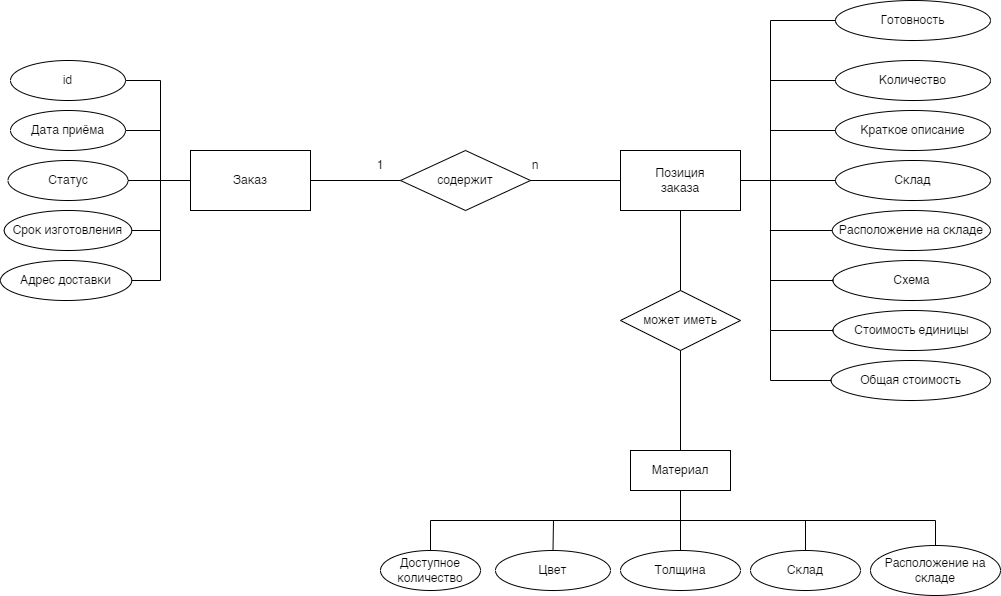
Earlier version of the draw.io export img/er.png (Jaycobe/bmstu-ppo). Source tidied: cells renumbered, new cells last; positions are measured from the earlier drawing's top-left corner, leaving out a move shared by most shapes.
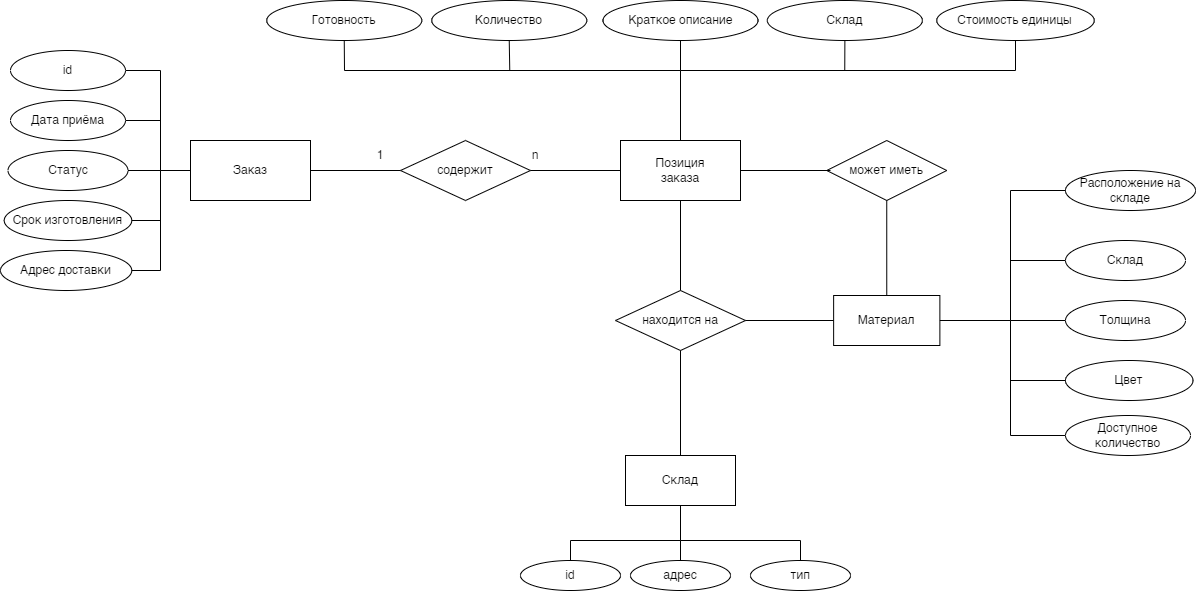
Above is the later version.

Change to the diagram source:
```diff
@@ -9,31 +9,28 @@
       <mxGeometry x="620" y="150" width="120" height="60" as="geometry" />
     </mxCell>
     <mxCell id="4" value="Цвет" style="ellipse;whiteSpace=wrap;html=1;" parent="1" vertex="1">
-      <mxGeometry x="495" y="550" width="115" height="40" as="geometry" />
+      <mxGeometry x="1065" y="370" width="127.5" height="40" as="geometry" />
     </mxCell>
     <mxCell id="5" value="Толщина" style="ellipse;whiteSpace=wrap;html=1;" parent="1" vertex="1">
-      <mxGeometry x="620" y="550" width="120" height="40" as="geometry" />
+      <mxGeometry x="1065" y="310" width="120" height="40" as="geometry" />
     </mxCell>
-    <mxCell id="6" value="Схема" style="ellipse;whiteSpace=wrap;html=1;" parent="1" vertex="1">
-      <mxGeometry x="832.5" y="260" width="157.5" height="40" as="geometry" />
-    </mxCell>
     <mxCell id="7" value="содержит" style="rhombus;whiteSpace=wrap;html=1;" parent="1" vertex="1">
       <mxGeometry x="400" y="150" width="130" height="60" as="geometry" />
     </mxCell>
     <mxCell id="8" value="Склад" style="ellipse;whiteSpace=wrap;html=1;align=center;" parent="1" vertex="1">
-      <mxGeometry x="835" y="160" width="155" height="40" as="geometry" />
+      <mxGeometry x="766.9" y="10" width="155" height="40" as="geometry" />
     </mxCell>
     <mxCell id="9" value="Краткое описание" style="ellipse;whiteSpace=wrap;html=1;" parent="1" vertex="1">
-      <mxGeometry x="835" y="110" width="155" height="40" as="geometry" />
+      <mxGeometry x="602.5" y="10" width="155" height="40" as="geometry" />
     </mxCell>
     <mxCell id="10" value="Готовность" style="ellipse;whiteSpace=wrap;html=1;align=center;" parent="1" vertex="1">
-      <mxGeometry x="835" width="155" height="40" as="geometry" />
+      <mxGeometry x="266.2" y="10" width="155" height="40" as="geometry" />
     </mxCell>
     <mxCell id="11" value="Количество" style="ellipse;whiteSpace=wrap;html=1;align=center;" parent="1" vertex="1">
-      <mxGeometry x="835" y="60" width="155" height="40" as="geometry" />
+      <mxGeometry x="431.2" y="10" width="155" height="40" as="geometry" />
     </mxCell>
     <mxCell id="12" value="Материал" style="whiteSpace=wrap;html=1;align=center;" parent="1" vertex="1">
-      <mxGeometry x="630" y="450" width="100" height="40" as="geometry" />
+      <mxGeometry x="833.1" y="305" width="106.2" height="50" as="geometry" />
     </mxCell>
     <mxCell id="13" value="Cтатус" style="ellipse;whiteSpace=wrap;html=1;align=center;" parent="1" vertex="1">
       <mxGeometry x="7.5" y="160" width="120" height="40" as="geometry" />
@@ -45,25 +42,27 @@
       <mxGeometry x="3.8" y="210" width="127.5" height="40" as="geometry" />
     </mxCell>
     <mxCell id="16" value="Стоимость единицы" style="ellipse;whiteSpace=wrap;html=1;align=center;" parent="1" vertex="1">
-      <mxGeometry x="832.5" y="310" width="157.5" height="40" as="geometry" />
+      <mxGeometry x="936.2" y="10" width="157.5" height="40" as="geometry" />
     </mxCell>
     <mxCell id="17" value="Склад" style="ellipse;whiteSpace=wrap;html=1;align=center;" parent="1" vertex="1">
-      <mxGeometry x="750" y="550" width="110" height="40" as="geometry" />
+      <mxGeometry x="1065" y="250" width="120" height="40" as="geometry" />
     </mxCell>
     <mxCell id="18" value="Доступное количество" style="ellipse;whiteSpace=wrap;html=1;align=center;" parent="1" vertex="1">
-      <mxGeometry x="380" y="550" width="100" height="40" as="geometry" />
+      <mxGeometry x="1065" y="425" width="125" height="40" as="geometry" />
     </mxCell>
     <mxCell id="19" value="Адрес доставки" style="ellipse;whiteSpace=wrap;html=1;align=center;" parent="1" vertex="1">
       <mxGeometry y="260" width="131.2" height="40" as="geometry" />
     </mxCell>
     <mxCell id="20" value="может иметь" style="shape=rhombus;perimeter=rhombusPerimeter;whiteSpace=wrap;html=1;align=center;" parent="1" vertex="1">
-      <mxGeometry x="620" y="290" width="120" height="60" as="geometry" />
+      <mxGeometry x="826.2" y="150" width="120" height="60" as="geometry" />
     </mxCell>
     <mxCell id="21" style="endArrow=none;html=1;rounded=0;entryX=0.5;entryY=1;entryDx=0;entryDy=0;exitX=0.5;exitY=0;exitDx=0;exitDy=0;" parent="1" edge="1" source="12" target="20">
       <mxGeometry relative="1" as="geometry" />
     </mxCell>
-    <mxCell id="22" style="endArrow=none;html=1;rounded=0;entryX=0.5;entryY=1;entryDx=0;entryDy=0;exitX=0.5;exitY=0;exitDx=0;exitDy=0;" parent="1" edge="1" source="20" target="3">
-      <mxGeometry relative="1" as="geometry" />
+    <mxCell id="22" style="endArrow=none;html=1;rounded=0;entryX=1;entryY=0.5;entryDx=0;entryDy=0;" parent="1" edge="1" target="3">
+      <mxGeometry relative="1" as="geometry">
+        <mxPoint x="830" y="180" as="sourcePoint" />
+      </mxGeometry>
     </mxCell>
     <mxCell id="23" style="endArrow=none;html=1;rounded=0;exitX=1;exitY=0.5;exitDx=0;exitDy=0;entryX=0;entryY=0.5;entryDx=0;entryDy=0;" parent="1" edge="1" source="7" target="3">
       <mxGeometry relative="1" as="geometry" />
@@ -80,11 +79,8 @@
     <mxCell id="27" value="id" style="ellipse;whiteSpace=wrap;html=1;align=center;" parent="1" vertex="1">
       <mxGeometry x="10" y="60" width="115" height="40" as="geometry" />
     </mxCell>
-    <mxCell id="28" value="Общая стоимость" style="ellipse;whiteSpace=wrap;html=1;align=center;" parent="1" vertex="1">
-      <mxGeometry x="830.6" y="360" width="159.4" height="40" as="geometry" />
-    </mxCell>
     <mxCell id="29" value="Расположение на складе" style="ellipse;whiteSpace=wrap;html=1;" parent="1" vertex="1">
-      <mxGeometry x="870" y="545" width="130" height="50" as="geometry" />
+      <mxGeometry x="1065" y="180" width="130" height="40" as="geometry" />
     </mxCell>
     <mxCell id="30" style="endArrow=none;html=1;rounded=0;exitX=1;exitY=0.5;exitDx=0;exitDy=0;entryX=0;entryY=0.5;entryDx=0;entryDy=0;" parent="1" edge="1" source="27" target="2">
       <mxGeometry relative="1" as="geometry">
@@ -120,82 +116,112 @@
         <mxPoint x="160" y="180" as="targetPoint" />
       </mxGeometry>
     </mxCell>
-    <mxCell id="35" style="endArrow=none;html=1;rounded=0;exitX=0;exitY=0.5;exitDx=0;exitDy=0;entryX=1;entryY=0.5;entryDx=0;entryDy=0;" parent="1" edge="1" source="10" target="3">
-      <mxGeometry relative="1" as="geometry">
-        <Array as="points">
-          <mxPoint x="770" y="20" />
-          <mxPoint x="770" y="180" />
-        </Array>
-      </mxGeometry>
-    </mxCell>
-    <mxCell id="36" style="endArrow=none;html=1;rounded=0;entryX=0;entryY=0.5;entryDx=0;entryDy=0;exitX=1;exitY=0.5;exitDx=0;exitDy=0;" parent="1" edge="1" source="3" target="8">
-      <mxGeometry relative="1" as="geometry" />
-    </mxCell>
-    <mxCell id="37" style="endArrow=none;html=1;rounded=0;entryX=0;entryY=0.5;entryDx=0;entryDy=0;" parent="1" edge="1" target="28">
-      <mxGeometry relative="1" as="geometry">
-        <mxPoint x="770" y="180" as="sourcePoint" />
-        <Array as="points">
-          <mxPoint x="770" y="330" />
-          <mxPoint x="770" y="380" />
-        </Array>
-      </mxGeometry>
-    </mxCell>
-    <mxCell id="38" style="endArrow=none;html=1;rounded=0;exitX=0;exitY=0.5;exitDx=0;exitDy=0;" parent="1" edge="1" source="16">
-      <mxGeometry relative="1" as="geometry">
-        <mxPoint x="770" y="330" as="targetPoint" />
-      </mxGeometry>
-    </mxCell>
-    <mxCell id="39" style="endArrow=none;html=1;rounded=0;entryX=0;entryY=0.5;entryDx=0;entryDy=0;" parent="1" edge="1" target="6">
-      <mxGeometry relative="1" as="geometry">
-        <mxPoint x="770" y="280" as="sourcePoint" />
-      </mxGeometry>
-    </mxCell>
-    <mxCell id="40" style="endArrow=none;html=1;rounded=0;entryX=0;entryY=0.5;entryDx=0;entryDy=0;" parent="1" edge="1" target="9">
-      <mxGeometry relative="1" as="geometry">
-        <mxPoint x="770" y="130" as="sourcePoint" />
-      </mxGeometry>
-    </mxCell>
-    <mxCell id="41" style="endArrow=none;html=1;rounded=0;exitX=0;exitY=0.5;exitDx=0;exitDy=0;" parent="1" edge="1" source="11">
-      <mxGeometry relative="1" as="geometry">
-        <mxPoint x="770" y="80" as="targetPoint" />
-      </mxGeometry>
-    </mxCell>
-    <mxCell id="42" style="endArrow=none;html=1;rounded=0;exitX=0.5;exitY=1;exitDx=0;exitDy=0;entryX=0.5;entryY=0;entryDx=0;entryDy=0;" parent="1" edge="1" source="12" target="5">
-      <mxGeometry relative="1" as="geometry" />
-    </mxCell>
-    <mxCell id="43" style="endArrow=none;html=1;rounded=0;exitX=0.5;exitY=0;exitDx=0;exitDy=0;" parent="1" edge="1" source="18">
-      <mxGeometry relative="1" as="geometry">
-        <mxPoint x="680" y="520" as="targetPoint" />
-        <Array as="points">
-          <mxPoint x="430" y="520" />
-        </Array>
-      </mxGeometry>
-    </mxCell>
-    <mxCell id="44" style="endArrow=none;html=1;rounded=0;entryX=0.5;entryY=0;entryDx=0;entryDy=0;" parent="1" edge="1" target="4">
-      <mxGeometry relative="1" as="geometry">
-        <mxPoint x="553" y="520" as="sourcePoint" />
-      </mxGeometry>
-    </mxCell>
-    <mxCell id="45" style="endArrow=none;html=1;rounded=0;entryX=0.5;entryY=0;entryDx=0;entryDy=0;" parent="1" edge="1" target="29">
-      <mxGeometry relative="1" as="geometry">
-        <mxPoint x="680" y="520" as="sourcePoint" />
-        <Array as="points">
-          <mxPoint x="935" y="520" />
-        </Array>
-      </mxGeometry>
-    </mxCell>
-    <mxCell id="46" style="endArrow=none;html=1;rounded=0;exitX=0.5;exitY=0;exitDx=0;exitDy=0;" parent="1" edge="1" source="17">
-      <mxGeometry relative="1" as="geometry">
-        <mxPoint x="805" y="520" as="targetPoint" />
-      </mxGeometry>
-    </mxCell>
-    <mxCell id="47" value="Расположение на складе" style="ellipse;whiteSpace=wrap;html=1;" parent="1" vertex="1">
-      <mxGeometry x="831.9" y="210" width="158.1" height="40" as="geometry" />
-    </mxCell>
-    <mxCell id="48" style="endArrow=none;html=1;rounded=0;entryX=0;entryY=0.5;entryDx=0;entryDy=0;" parent="1" edge="1" target="47">
-      <mxGeometry relative="1" as="geometry">
-        <mxPoint x="769.4" y="230" as="sourcePoint" />
-      </mxGeometry>
-    </mxCell>
+    <mxCell id="49" value="находится на" style="rhombus;whiteSpace=wrap;html=1;" parent="1" vertex="1">
+      <mxGeometry x="615" y="300" width="130" height="60" as="geometry" />
+    </mxCell>
+    <mxCell id="50" value="Склад" style="rounded=0;whiteSpace=wrap;html=1;" parent="1" vertex="1">
+      <mxGeometry x="625" y="465" width="110" height="50" as="geometry" />
+    </mxCell>
+    <mxCell id="51" value="id" style="ellipse;whiteSpace=wrap;html=1;" parent="1" vertex="1">
+      <mxGeometry x="520" y="570" width="100" height="30" as="geometry" />
+    </mxCell>
+    <mxCell id="52" style="endArrow=none;html=1;rounded=0;entryX=0.5;entryY=1;entryDx=0;entryDy=0;" parent="1" edge="1" target="11">
+      <mxGeometry relative="1" as="geometry">
+        <mxPoint x="509.2" y="80" as="sourcePoint" />
+      </mxGeometry>
+    </mxCell>
+    <mxCell id="53" style="endArrow=none;html=1;rounded=0;entryX=0.5;entryY=1;entryDx=0;entryDy=0;exitX=0.5;exitY=0;exitDx=0;exitDy=0;" parent="1" edge="1" source="3" target="10">
+      <mxGeometry relative="1" as="geometry">
+        <Array as="points">
+          <mxPoint x="680" y="80" />
+          <mxPoint x="344" y="80" />
+        </Array>
+      </mxGeometry>
+    </mxCell>
+    <mxCell id="54" style="endArrow=none;html=1;rounded=0;entryX=0.5;entryY=1;entryDx=0;entryDy=0;" parent="1" edge="1" target="9">
+      <mxGeometry relative="1" as="geometry">
+        <mxPoint x="680" y="80" as="sourcePoint" />
+      </mxGeometry>
+    </mxCell>
+    <mxCell id="55" style="endArrow=none;html=1;rounded=0;entryX=0.5;entryY=1;entryDx=0;entryDy=0;" parent="1" edge="1" target="8">
+      <mxGeometry relative="1" as="geometry">
+        <mxPoint x="844.2" y="80" as="sourcePoint" />
+      </mxGeometry>
+    </mxCell>
+    <mxCell id="56" style="endArrow=none;html=1;rounded=0;entryX=0.5;entryY=1;entryDx=0;entryDy=0;" parent="1" edge="1" target="16">
+      <mxGeometry relative="1" as="geometry">
+        <mxPoint x="680" y="80" as="sourcePoint" />
+        <Array as="points">
+          <mxPoint x="1015" y="80" />
+        </Array>
+      </mxGeometry>
+    </mxCell>
+    <mxCell id="57" style="endArrow=none;html=1;rounded=0;entryX=0;entryY=0.5;entryDx=0;entryDy=0;" parent="1" edge="1" target="4">
+      <mxGeometry relative="1" as="geometry">
+        <mxPoint x="1010" y="390" as="sourcePoint" />
+      </mxGeometry>
+    </mxCell>
+    <mxCell id="58" style="endArrow=none;html=1;rounded=0;entryX=0;entryY=0.5;entryDx=0;entryDy=0;" parent="1" edge="1" target="5">
+      <mxGeometry relative="1" as="geometry">
+        <mxPoint x="1010" y="330" as="sourcePoint" />
+      </mxGeometry>
+    </mxCell>
+    <mxCell id="59" style="endArrow=none;html=1;rounded=0;entryX=0;entryY=0.5;entryDx=0;entryDy=0;" parent="1" edge="1" target="17">
+      <mxGeometry relative="1" as="geometry">
+        <mxPoint x="1010" y="270" as="sourcePoint" />
+      </mxGeometry>
+    </mxCell>
+    <mxCell id="60" style="endArrow=none;html=1;rounded=0;entryX=0;entryY=0.5;entryDx=0;entryDy=0;" parent="1" edge="1" target="18">
+      <mxGeometry relative="1" as="geometry">
+        <mxPoint x="1010" y="330" as="sourcePoint" />
+        <Array as="points">
+          <mxPoint x="1010" y="445" />
+        </Array>
+      </mxGeometry>
+    </mxCell>
+    <mxCell id="61" style="endArrow=none;html=1;rounded=0;entryX=0;entryY=0.5;entryDx=0;entryDy=0;exitX=1;exitY=0.5;exitDx=0;exitDy=0;" parent="1" edge="1" source="12" target="29">
+      <mxGeometry relative="1" as="geometry">
+        <Array as="points">
+          <mxPoint x="1010" y="330" />
+          <mxPoint x="1010" y="200" />
+        </Array>
+      </mxGeometry>
+    </mxCell>
+    <mxCell id="62" style="endArrow=none;html=1;rounded=0;entryX=0.5;entryY=1;entryDx=0;entryDy=0;exitX=0.5;exitY=0;exitDx=0;exitDy=0;" parent="1" edge="1" source="49" target="3">
+      <mxGeometry relative="1" as="geometry" />
+    </mxCell>
+    <mxCell id="63" style="endArrow=none;html=1;rounded=0;entryX=0;entryY=0.5;entryDx=0;entryDy=0;exitX=1;exitY=0.5;exitDx=0;exitDy=0;" parent="1" edge="1" source="49" target="12">
+      <mxGeometry relative="1" as="geometry" />
+    </mxCell>
+    <mxCell id="64" style="endArrow=none;html=1;rounded=0;entryX=0.5;entryY=1;entryDx=0;entryDy=0;exitX=0.5;exitY=0;exitDx=0;exitDy=0;" parent="1" edge="1" source="50" target="49">
+      <mxGeometry relative="1" as="geometry" />
+    </mxCell>
+    <mxCell id="65" style="endArrow=none;html=1;rounded=0;entryX=0.5;entryY=1;entryDx=0;entryDy=0;exitX=0.5;exitY=0;exitDx=0;exitDy=0;" parent="1" edge="1" source="51" target="50">
+      <mxGeometry relative="1" as="geometry">
+        <Array as="points">
+          <mxPoint x="570" y="550" />
+          <mxPoint x="680" y="550" />
+        </Array>
+      </mxGeometry>
+    </mxCell>
+    <mxCell id="66" value="адрес" style="ellipse;whiteSpace=wrap;html=1;" parent="1" vertex="1">
+      <mxGeometry x="630" y="570" width="100" height="30" as="geometry" />
+    </mxCell>
+    <mxCell id="67" value="тип" style="ellipse;whiteSpace=wrap;html=1;" parent="1" vertex="1">
+      <mxGeometry x="750" y="570" width="100" height="30" as="geometry" />
+    </mxCell>
+    <mxCell id="68" style="endArrow=none;html=1;rounded=0;entryX=0.5;entryY=0;entryDx=0;entryDy=0;" parent="1" edge="1" target="66">
+      <mxGeometry relative="1" as="geometry">
+        <mxPoint x="680" y="550" as="sourcePoint" />
+      </mxGeometry>
+    </mxCell>
+    <mxCell id="69" style="endArrow=none;html=1;rounded=0;exitX=0.5;exitY=0;exitDx=0;exitDy=0;" parent="1" edge="1" source="67">
+      <mxGeometry relative="1" as="geometry">
+        <mxPoint x="680" y="550" as="targetPoint" />
+        <Array as="points">
+          <mxPoint x="800" y="550" />
+        </Array>
+      </mxGeometry>
+    </mxCell>
   </root>
 </mxGraphModel>
```
